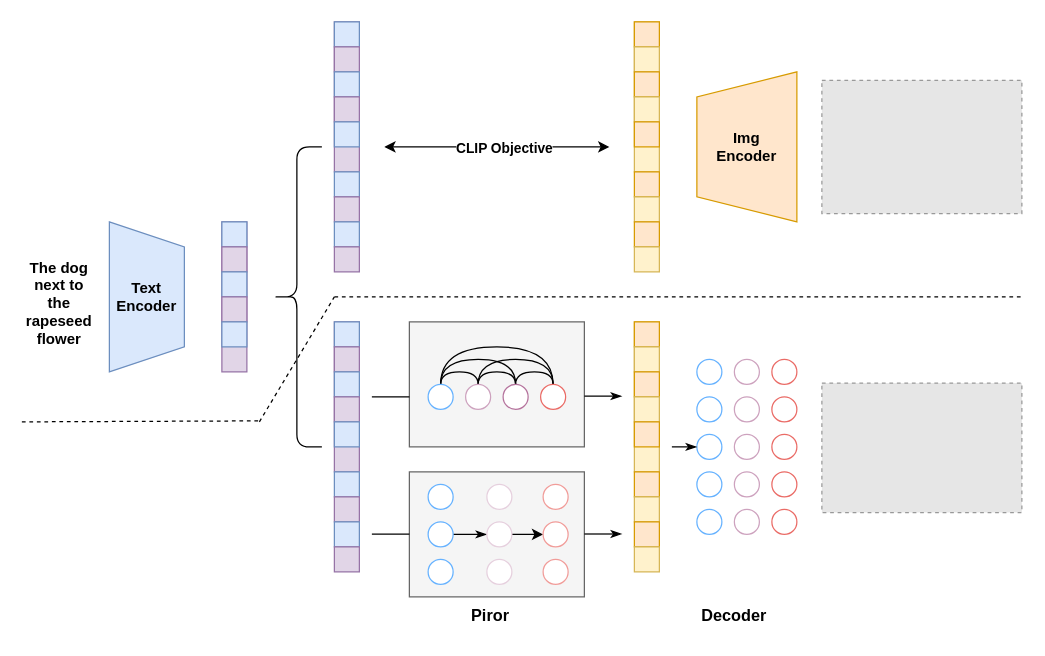
This is page "图4.1 Dall-E2模型图" (1 of 6) of 论文/第4章/第四章.drawio from ssl1995/draw, a draw.io file, before an edit. Source tidied: cells renumbered, new cells numbered last; positions are measured from the earlier drawing's top-left corner, leaving out a move shared by most shapes. Both pictures are drawn from the tidied source at 125%, with x=0, y=0 at pixel (21, 21). Pictures stored in the file or linked from it are replaced by grey dashed boxes.
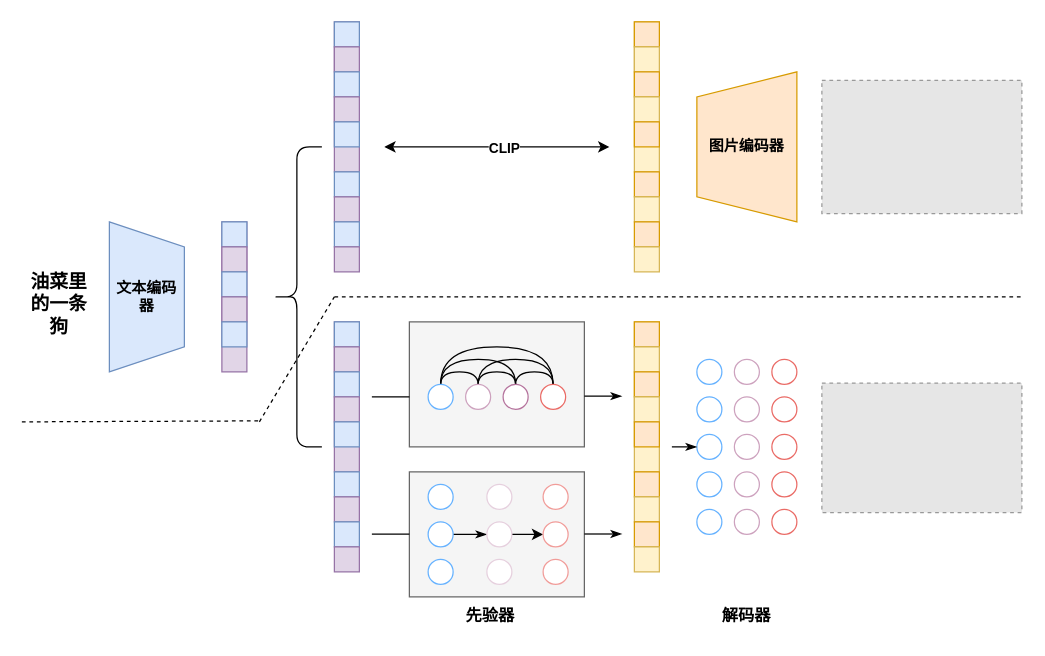
After the change.

The change refers to these unchanged cells:
```xml
<mxCell id="19" style="endArrow=classic;startArrow=classic;html=1;rounded=0;" parent="1" edge="1">
  <mxGeometry relative="1" as="geometry">
    <mxPoint x="290" y="100" as="sourcePoint" />
    <mxPoint x="470" y="100" as="targetPoint" />
  </mxGeometry>
</mxCell>
```

Change to the diagram source:
```diff
@@
-    <mxCell id="4" value="Text&lt;div&gt;Encoder&lt;/div&gt;" style="shape=trapezoid;perimeter=trapezoidPerimeter;whiteSpace=wrap;html=1;fixedSize=1;direction=south;fontStyle=1;fillColor=#dae8fc;strokeColor=#6c8ebf;" parent="1" vertex="1">
+    <mxCell id="4" value="文本编码器" style="shape=trapezoid;perimeter=trapezoidPerimeter;whiteSpace=wrap;html=1;fixedSize=1;direction=south;fontStyle=1;fillColor=#dae8fc;strokeColor=#6c8ebf;" parent="1" vertex="1">
       <mxGeometry x="70" y="160" width="60" height="120" as="geometry" />
     </mxCell>
-    <mxCell id="5" value="The dog next to the rapeseed flower" style="text;html=1;align=center;verticalAlign=middle;whiteSpace=wrap;rounded=0;fontStyle=1;" parent="1" vertex="1">
+    <mxCell id="5" value="油菜里的一条狗" style="text;html=1;align=center;verticalAlign=middle;whiteSpace=wrap;rounded=0;fontStyle=1;fontSize=15;" parent="1" vertex="1">
       <mxGeometry y="210" width="60" height="30" as="geometry" />
     </mxCell>
@@
-    <mxCell id="20" value="&lt;b&gt;CLIP Objective&lt;/b&gt;" style="edgeLabel;html=1;align=center;verticalAlign=middle;" parent="19" vertex="1">
+    <mxCell id="20" value="&lt;b&gt;CLIP&lt;/b&gt;" style="edgeLabel;html=1;align=center;verticalAlign=middle;" parent="19" vertex="1">
       <mxGeometry x="0.06" relative="1" as="geometry" />
     </mxCell>
@@
-    <mxCell id="51" value="&lt;div&gt;Img&lt;/div&gt;&lt;div&gt;Encoder&lt;/div&gt;" style="shape=trapezoid;perimeter=trapezoidPerimeter;whiteSpace=wrap;html=1;fixedSize=1;direction=north;fontStyle=1;fillColor=#ffe6cc;strokeColor=#d79b00;" parent="1" vertex="1">
+    <mxCell id="51" value="图片编码器" style="shape=trapezoid;perimeter=trapezoidPerimeter;whiteSpace=wrap;html=1;fixedSize=1;direction=north;fontStyle=1;fillColor=#ffe6cc;strokeColor=#d79b00;" parent="1" vertex="1">
       <mxGeometry x="540" y="40" width="80" height="120" as="geometry" />
     </mxCell>
@@
-    <mxCell id="100" value="Piror" style="text;html=1;align=center;verticalAlign=middle;whiteSpace=wrap;rounded=0;fontStyle=1;fontSize=13;" parent="1" vertex="1">
+    <mxCell id="100" value="先验器" style="text;html=1;align=center;verticalAlign=middle;whiteSpace=wrap;rounded=0;fontStyle=1;fontSize=13;" parent="1" vertex="1">
       <mxGeometry x="345" y="460" width="60" height="30" as="geometry" />
     </mxCell>
-    <mxCell id="101" value="Decoder" style="text;html=1;align=center;verticalAlign=middle;whiteSpace=wrap;rounded=0;fontStyle=1;fontSize=13;" parent="1" vertex="1">
-      <mxGeometry x="540" y="460" width="60" height="30" as="geometry" />
+    <mxCell id="101" value="解码器" style="text;html=1;align=center;verticalAlign=middle;whiteSpace=wrap;rounded=0;fontStyle=1;fontSize=13;" parent="1" vertex="1">
+      <mxGeometry x="550" y="460" width="60" height="30" as="geometry" />
     </mxCell>
```
